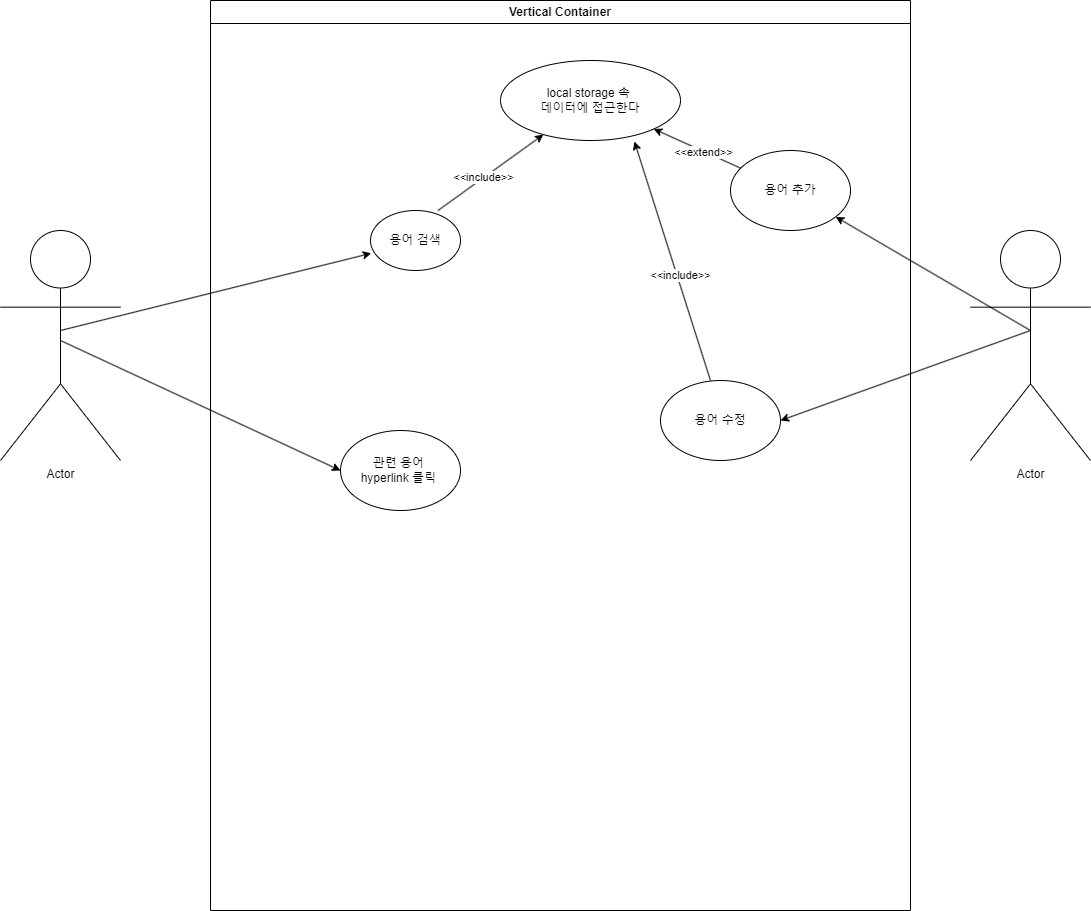
Before: 용어사전web_mini_project.png, a diagram exported from draw.io (junHyeokP/Algorithm). Source tidied: cells renumbered, new cells last; positions are measured from the earlier drawing's top-left corner, leaving out a move shared by most shapes.
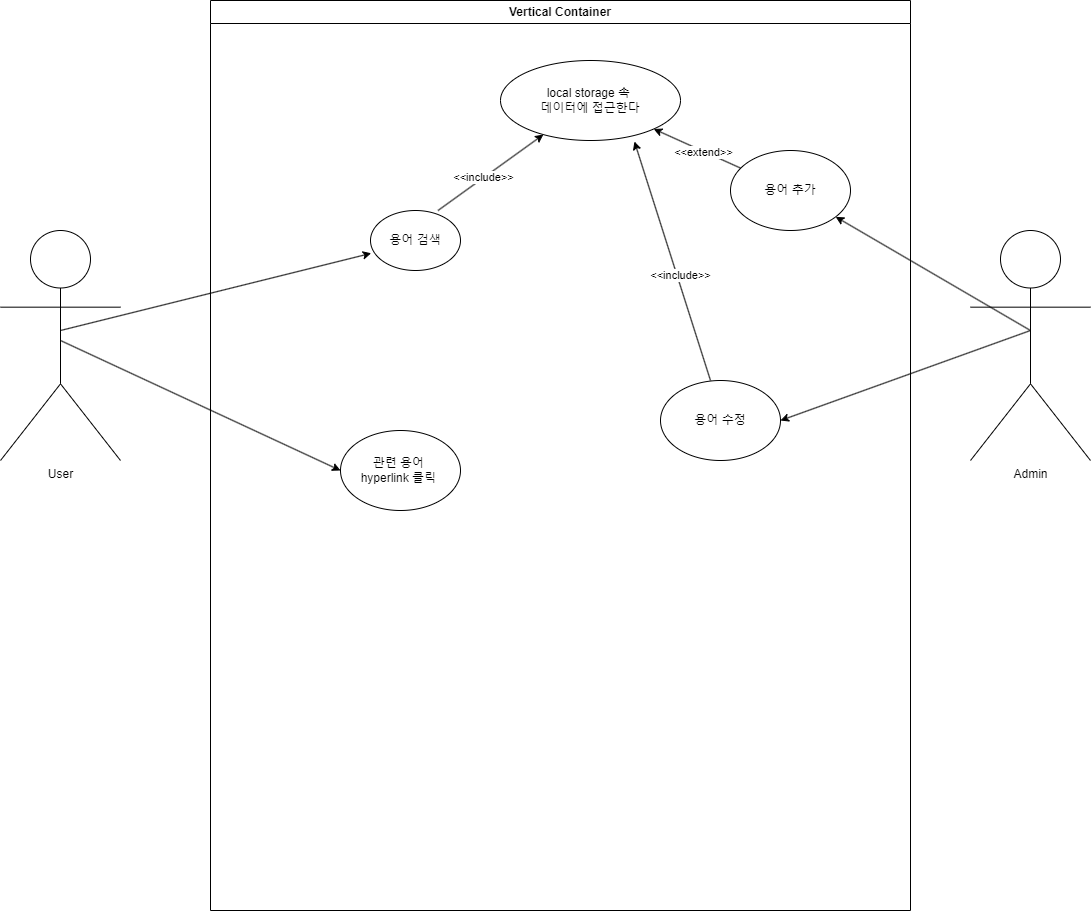
The same file after the commit.

Commit message:
용어사전web_mini_project.png 업데이트

Change to the diagram source:
```diff
@@ -2,10 +2,10 @@
   <root>
     <mxCell id="0" />
     <mxCell id="1" parent="0" />
-    <mxCell id="2" value="Actor" style="shape=umlActor;verticalLabelPosition=bottom;verticalAlign=top;html=1;" parent="1" vertex="1">
+    <mxCell id="2" value="User" style="shape=umlActor;verticalLabelPosition=bottom;verticalAlign=top;html=1;" parent="1" vertex="1">
       <mxGeometry y="230" width="120" height="230" as="geometry" />
     </mxCell>
-    <mxCell id="3" value="Actor" style="shape=umlActor;verticalLabelPosition=bottom;verticalAlign=top;html=1;" parent="1" vertex="1">
+    <mxCell id="3" value="Admin" style="shape=umlActor;verticalLabelPosition=bottom;verticalAlign=top;html=1;" parent="1" vertex="1">
       <mxGeometry x="970" y="230" width="120" height="230" as="geometry" />
     </mxCell>
     <mxCell id="4" value="Vertical Container" style="swimlane;whiteSpace=wrap;html=1;" parent="1" vertex="1">
```
